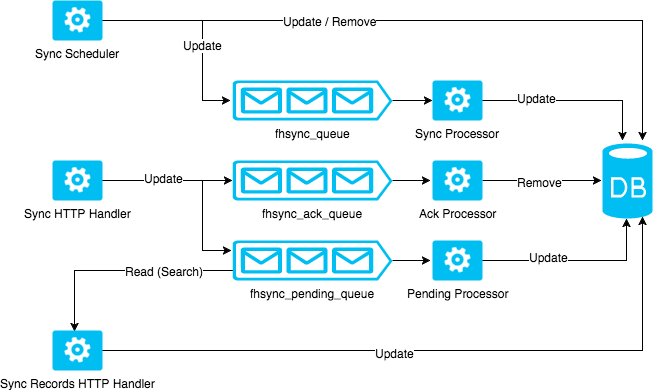
The draw.io diagram figures/sync_architecture.png in sedroche/feedhenry-sdk-docs, before a commit. Source tidied: cells renumbered, new cells last; positions are measured from the earlier drawing's top-left corner, leaving out a move shared by most shapes.
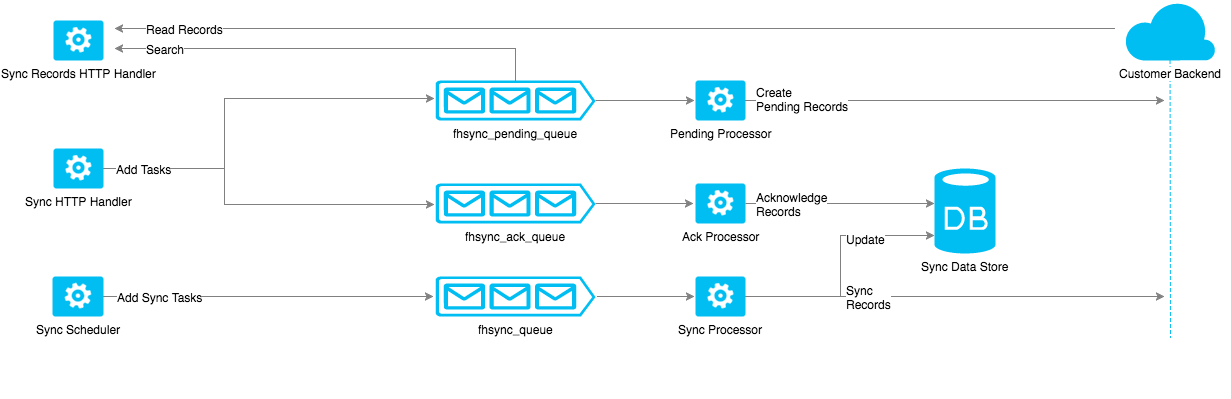
Above is the later version.

Commit message:
FH-3237 Update figure 1 in Sync Server Architecture

Change to the diagram source:
```diff
@@ -2,133 +2,167 @@
   <root>
     <mxCell id="0" style="html=1;" />
     <mxCell id="1" style="html=1;" parent="0" />
-    <mxCell id="2" style="edgeStyle=orthogonalEdgeStyle;rounded=0;html=1;jettySize=auto;entryX=0.48;entryY=1;entryPerimeter=0;strokeColor=#000000;" parent="1" edge="1" source="15" target="19">
-      <mxGeometry relative="1" as="geometry" />
-    </mxCell>
-    <mxCell id="3" value="Update" style="text;html=1;align=center;verticalAlign=middle;labelBackgroundColor=#ffffff;" parent="2" vertex="1">
-      <mxGeometry x="-0.29" y="4" relative="1" as="geometry" />
-    </mxCell>
+    <mxCell id="32" style="edgeStyle=orthogonalEdgeStyle;rounded=0;html=1;jettySize=auto;strokeColor=#808080;" parent="1" edge="1" source="14">
+      <mxGeometry relative="1" as="geometry">
+        <mxPoint x="770" y="413" as="targetPoint" />
+      </mxGeometry>
+    </mxCell>
-    <mxCell id="4" style="edgeStyle=orthogonalEdgeStyle;rounded=0;html=1;jettySize=auto;" parent="1" edge="1" source="5" target="14">
-      <mxGeometry relative="1" as="geometry" />
+    <mxCell id="4" style="edgeStyle=orthogonalEdgeStyle;rounded=0;html=1;jettySize=auto;exitX=1.013;exitY=0.5;exitPerimeter=0;strokeColor=#808080;" parent="1" edge="1" source="5">
+      <mxGeometry relative="1" as="geometry">
+        <mxPoint x="300" y="413" as="targetPoint" />
+        <Array as="points">
+          <mxPoint x="290" y="413" />
+        </Array>
+      </mxGeometry>
     </mxCell>
     <mxCell id="5" value="fhsync_queue" style="verticalLabelPosition=bottom;html=1;verticalAlign=top;strokeColor=none;fillColor=#00BEF2;shape=mxgraph.azure.queue_generic;" parent="1" vertex="1">
-      <mxGeometry x="180" y="80" width="160" height="40" as="geometry" />
+      <mxGeometry x="41" y="393" width="160" height="40" as="geometry" />
     </mxCell>
-    <mxCell id="6" style="edgeStyle=orthogonalEdgeStyle;rounded=0;html=1;entryX=-0.04;entryY=0.5;entryPerimeter=0;jettySize=auto;" parent="1" edge="1" source="7" target="18">
+    <mxCell id="6" style="edgeStyle=orthogonalEdgeStyle;rounded=0;html=1;entryX=-0.04;entryY=0.5;entryPerimeter=0;jettySize=auto;strokeColor=#808080;" parent="1" edge="1" source="7" target="18">
       <mxGeometry relative="1" as="geometry" />
     </mxCell>
     <mxCell id="7" value="fhsync_ack_queue" style="verticalLabelPosition=bottom;html=1;verticalAlign=top;strokeColor=none;fillColor=#00BEF2;shape=mxgraph.azure.queue_generic;" parent="1" vertex="1">
-      <mxGeometry x="180" y="160" width="160" height="40" as="geometry" />
+      <mxGeometry x="41" y="300" width="160" height="40" as="geometry" />
     </mxCell>
-    <mxCell id="8" style="edgeStyle=orthogonalEdgeStyle;rounded=0;html=1;entryX=-0.04;entryY=0.5;entryPerimeter=0;jettySize=auto;" parent="1" edge="1" source="11" target="15">
-      <mxGeometry relative="1" as="geometry" />
-    </mxCell>
-    <mxCell id="9" style="edgeStyle=orthogonalEdgeStyle;rounded=0;html=1;entryX=0.44;entryY=0.025;entryPerimeter=0;jettySize=auto;strokeColor=#000000;" parent="1" edge="1" source="11" target="31">
-      <mxGeometry relative="1" as="geometry">
-        <Array as="points">
-          <mxPoint x="22" y="270" />
-        </Array>
-      </mxGeometry>
-    </mxCell>
-    <mxCell id="10" value="Read (Search)" style="text;html=1;align=center;verticalAlign=middle;labelBackgroundColor=#ffffff;" parent="9" vertex="1">
-      <mxGeometry x="-0.18" y="2" relative="1" as="geometry">
-        <mxPoint x="21" y="-2" as="offset" />
-      </mxGeometry>
-    </mxCell>
+    <mxCell id="33" style="edgeStyle=orthogonalEdgeStyle;rounded=0;html=1;jettySize=auto;strokeColor=#808080;" parent="1" edge="1" source="11">
+      <mxGeometry relative="1" as="geometry">
+        <mxPoint x="300" y="217" as="targetPoint" />
+      </mxGeometry>
+    </mxCell>
+    <mxCell id="34" style="edgeStyle=orthogonalEdgeStyle;rounded=0;html=1;jettySize=auto;strokeColor=#808080;" parent="1" edge="1" source="11">
+      <mxGeometry relative="1" as="geometry">
+        <mxPoint x="-280" y="165" as="targetPoint" />
+        <Array as="points">
+          <mxPoint x="121" y="165" />
+        </Array>
+      </mxGeometry>
+    </mxCell>
+    <mxCell id="35" value="Search" style="text;html=1;align=center;verticalAlign=middle;labelBackgroundColor=#ffffff;" parent="34" vertex="1">
+      <mxGeometry x="-0.16" y="-2" relative="1" as="geometry">
+        <mxPoint x="-202" y="2" as="offset" />
+      </mxGeometry>
+    </mxCell>
     <mxCell id="11" value="fhsync_pending_queue" style="verticalLabelPosition=bottom;html=1;verticalAlign=top;strokeColor=none;fillColor=#00BEF2;shape=mxgraph.azure.queue_generic;" parent="1" vertex="1">
-      <mxGeometry x="180" y="240" width="160" height="40" as="geometry" />
+      <mxGeometry x="41" y="197" width="160" height="40" as="geometry" />
     </mxCell>
-    <mxCell id="12" style="edgeStyle=orthogonalEdgeStyle;rounded=0;html=1;jettySize=auto;" parent="1" edge="1" source="14">
-      <mxGeometry relative="1" as="geometry">
-        <mxPoint x="570" y="140" as="targetPoint" />
-        <Array as="points">
-          <mxPoint x="570" y="100" />
-          <mxPoint x="570" y="140" />
-        </Array>
-      </mxGeometry>
-    </mxCell>
-    <mxCell id="13" value="Update" style="text;html=1;align=center;verticalAlign=middle;labelBackgroundColor=#ffffff;" parent="12" vertex="1">
-      <mxGeometry x="-0.4" y="3" relative="1" as="geometry" />
-    </mxCell>
+    <mxCell id="36" style="edgeStyle=orthogonalEdgeStyle;rounded=0;html=1;entryX=0;entryY=0.788;entryPerimeter=0;jettySize=auto;strokeColor=#808080;" parent="1" edge="1" source="14" target="19">
+      <mxGeometry relative="1" as="geometry" />
+    </mxCell>
+    <mxCell id="37" value="Sync&lt;div&gt;Records&lt;/div&gt;" style="text;html=1;align=left;verticalAlign=middle;labelBackgroundColor=#FFFFFF;" parent="36" vertex="1">
+      <mxGeometry x="-0.32" y="1" relative="1" as="geometry">
+        <mxPoint x="14" y="1" as="offset" />
+      </mxGeometry>
+    </mxCell>
+    <mxCell id="38" value="Update" style="text;html=1;align=left;verticalAlign=middle;labelBackgroundColor=#ffffff;" parent="36" vertex="1">
+      <mxGeometry x="0.38" y="-1" relative="1" as="geometry">
+        <mxPoint x="-13" y="2" as="offset" />
+      </mxGeometry>
+    </mxCell>
     <mxCell id="14" value="Sync Processor" style="verticalLabelPosition=bottom;html=1;verticalAlign=top;strokeColor=none;fillColor=#00BEF2;shape=mxgraph.azure.worker_role;" parent="1" vertex="1">
-      <mxGeometry x="380" y="80" width="50" height="40" as="geometry" />
+      <mxGeometry x="301" y="393" width="50" height="40" as="geometry" />
     </mxCell>
+    <mxCell id="39" style="edgeStyle=orthogonalEdgeStyle;rounded=0;html=1;jettySize=auto;strokeColor=#808080;" parent="1" edge="1" source="15">
+      <mxGeometry relative="1" as="geometry">
+        <mxPoint x="770" y="217" as="targetPoint" />
+        <Array as="points">
+          <mxPoint x="731" y="217" />
+        </Array>
+      </mxGeometry>
+    </mxCell>
+    <mxCell id="40" value="Create&lt;div&gt;Pending Records&lt;/div&gt;" style="text;html=1;align=left;verticalAlign=middle;labelBackgroundColor=#ffffff;" parent="39" vertex="1">
+      <mxGeometry x="-0.54" y="1" relative="1" as="geometry">
+        <mxPoint x="-88" y="-1" as="offset" />
+      </mxGeometry>
+    </mxCell>
     <mxCell id="15" value="Pending Processor" style="verticalLabelPosition=bottom;html=1;verticalAlign=top;strokeColor=none;fillColor=#00BEF2;shape=mxgraph.azure.worker_role;" parent="1" vertex="1">
-      <mxGeometry x="380" y="240" width="50" height="40" as="geometry" />
+      <mxGeometry x="301" y="197" width="50" height="40" as="geometry" />
     </mxCell>
-    <mxCell id="16" style="edgeStyle=orthogonalEdgeStyle;rounded=0;html=1;entryX=-0.02;entryY=0.493;entryPerimeter=0;jettySize=auto;" parent="1" edge="1" source="18" target="19">
+    <mxCell id="16" style="edgeStyle=orthogonalEdgeStyle;rounded=0;html=1;entryX=0;entryY=0.412;entryPerimeter=0;jettySize=auto;strokeColor=#808080;" parent="1" edge="1" source="18" target="19">
       <mxGeometry relative="1" as="geometry" />
     </mxCell>
-    <mxCell id="17" value="Remove" style="text;html=1;align=center;verticalAlign=middle;labelBackgroundColor=#ffffff;" parent="16" vertex="1">
-      <mxGeometry x="-0.03" y="-1" relative="1" as="geometry" />
-    </mxCell>
+    <mxCell id="41" value="Acknowledge&lt;div&gt;Records&lt;/div&gt;" style="text;html=1;align=left;verticalAlign=middle;labelBackgroundColor=#ffffff;" parent="16" vertex="1">
+      <mxGeometry x="0.24" y="1" relative="1" as="geometry">
+        <mxPoint x="-108" y="1" as="offset" />
+      </mxGeometry>
+    </mxCell>
     <mxCell id="18" value="Ack Processor" style="verticalLabelPosition=bottom;html=1;verticalAlign=top;strokeColor=none;fillColor=#00BEF2;shape=mxgraph.azure.worker_role;" parent="1" vertex="1">
-      <mxGeometry x="380" y="160" width="50" height="40" as="geometry" />
+      <mxGeometry x="301" y="300" width="50" height="40" as="geometry" />
     </mxCell>
-    <mxCell id="19" style="verticalLabelPosition=bottom;html=1;verticalAlign=top;strokeColor=none;fillColor=#00BEF2;shape=mxgraph.azure.database;" parent="1" vertex="1">
-      <mxGeometry x="550" y="143" width="50" height="75" as="geometry" />
+    <mxCell id="19" value="Sync Data S&lt;span&gt;tore&lt;/span&gt;" style="verticalLabelPosition=bottom;html=1;verticalAlign=top;strokeColor=none;fillColor=#00BEF2;shape=mxgraph.azure.database;" parent="1" vertex="1">
+      <mxGeometry x="540" y="285" width="61" height="85" as="geometry" />
     </mxCell>
-    <mxCell id="20" style="edgeStyle=orthogonalEdgeStyle;rounded=0;html=1;jettySize=auto;strokeColor=#000000;" parent="1" edge="1" source="24">
-      <mxGeometry relative="1" as="geometry">
-        <mxPoint x="590" y="140" as="targetPoint" />
-        <Array as="points">
-          <mxPoint x="590" y="20" />
-          <mxPoint x="590" y="140" />
-        </Array>
-      </mxGeometry>
-    </mxCell>
-    <mxCell id="21" value="Update / Remove" style="text;html=1;align=center;verticalAlign=middle;labelBackgroundColor=#ffffff;" parent="20" vertex="1">
-      <mxGeometry x="-0.31" relative="1" as="geometry" />
-    </mxCell>
-    <mxCell id="22" style="edgeStyle=orthogonalEdgeStyle;rounded=0;html=1;entryX=-0.012;entryY=0.5;entryPerimeter=0;jettySize=auto;strokeColor=#000000;" parent="1" edge="1" source="24" target="5">
+    <mxCell id="22" style="edgeStyle=orthogonalEdgeStyle;rounded=0;html=1;entryX=-0.012;entryY=0.5;entryPerimeter=0;jettySize=auto;strokeColor=#808080;" parent="1" edge="1" source="24" target="5">
       <mxGeometry relative="1" as="geometry">
         <Array as="points">
-          <mxPoint x="150" y="20" />
-          <mxPoint x="150" y="100" />
+          <mxPoint x="-182" y="413" />
+          <mxPoint x="-182" y="413" />
         </Array>
       </mxGeometry>
     </mxCell>
-    <mxCell id="23" value="Update" style="text;html=1;align=center;verticalAlign=middle;labelBackgroundColor=#ffffff;" parent="22" vertex="1">
+    <mxCell id="23" value="Add Sync Tasks" style="text;html=1;align=left;verticalAlign=middle;labelBackgroundColor=#ffffff;fillColor=#EA6B66;strokeColor=#808080;" parent="22" vertex="1">
       <mxGeometry x="-0.01" y="-1" relative="1" as="geometry">
-        <mxPoint x="1" y="22" as="offset" />
+        <mxPoint x="-152" y="-1" as="offset" />
       </mxGeometry>
     </mxCell>
     <mxCell id="24" value="Sync Scheduler" style="verticalLabelPosition=bottom;html=1;verticalAlign=top;strokeColor=none;fillColor=#00BEF2;shape=mxgraph.azure.worker_role;" parent="1" vertex="1">
-      <mxGeometry width="50" height="40" as="geometry" />
+      <mxGeometry x="-342" y="393" width="51" height="40" as="geometry" />
     </mxCell>
-    <mxCell id="25" style="edgeStyle=orthogonalEdgeStyle;rounded=0;html=1;jettySize=auto;strokeColor=#000000;" parent="1" edge="1" source="28">
+    <mxCell id="25" style="edgeStyle=orthogonalEdgeStyle;rounded=0;html=1;jettySize=auto;orthogonalLoop=1;strokeColor=#808080;" parent="1" edge="1">
       <mxGeometry relative="1" as="geometry">
-        <mxPoint x="179" y="250" as="targetPoint" />
+        <mxPoint x="-280" y="285" as="sourcePoint" />
+        <mxPoint x="40" y="215" as="targetPoint" />
         <Array as="points">
-          <mxPoint x="150" y="180" />
-          <mxPoint x="150" y="250" />
-          <mxPoint x="179" y="250" />
+          <mxPoint x="-170" y="285" />
+          <mxPoint x="-170" y="215" />
+          <mxPoint x="27" y="215" />
         </Array>
       </mxGeometry>
     </mxCell>
-    <mxCell id="26" style="edgeStyle=orthogonalEdgeStyle;rounded=0;html=1;entryX=0;entryY=0.5;entryPerimeter=0;jettySize=auto;strokeColor=#000000;" parent="1" edge="1" source="28" target="7">
-      <mxGeometry relative="1" as="geometry" />
-    </mxCell>
-    <mxCell id="27" value="Update" style="text;html=1;align=center;verticalAlign=middle;labelBackgroundColor=#ffffff;" parent="26" vertex="1">
-      <mxGeometry x="-0.07" y="3" relative="1" as="geometry" />
-    </mxCell>
+    <mxCell id="42" style="edgeStyle=orthogonalEdgeStyle;rounded=0;html=1;jettySize=auto;strokeColor=#808080;" parent="1" edge="1" source="28">
+      <mxGeometry relative="1" as="geometry">
+        <mxPoint x="40" y="321" as="targetPoint" />
+        <Array as="points">
+          <mxPoint x="-170" y="285" />
+          <mxPoint x="-170" y="321" />
+        </Array>
+      </mxGeometry>
+    </mxCell>
+    <mxCell id="43" value="Add Tasks" style="text;html=1;align=left;verticalAlign=middle;labelBackgroundColor=#ffffff;" parent="42" vertex="1">
+      <mxGeometry x="-0.55" y="-2" relative="1" as="geometry">
+        <mxPoint x="-71" y="-2" as="offset" />
+      </mxGeometry>
+    </mxCell>
     <mxCell id="28" value="Sync HTTP Handler" style="verticalLabelPosition=bottom;html=1;verticalAlign=top;strokeColor=none;fillColor=#00BEF2;shape=mxgraph.azure.worker_role;" parent="1" vertex="1">
-      <mxGeometry y="160" width="50" height="40" as="geometry" />
+      <mxGeometry x="-341" y="265" width="50" height="40" as="geometry" />
     </mxCell>
-    <mxCell id="29" style="edgeStyle=orthogonalEdgeStyle;rounded=0;html=1;jettySize=auto;strokeColor=#000000;" parent="1" edge="1" source="31">
-      <mxGeometry relative="1" as="geometry">
-        <mxPoint x="590" y="216" as="targetPoint" />
-        <Array as="points">
-          <mxPoint x="590" y="350" />
-          <mxPoint x="590" y="216" />
-        </Array>
-      </mxGeometry>
-    </mxCell>
-    <mxCell id="30" value="Update" style="text;html=1;align=center;verticalAlign=middle;labelBackgroundColor=#ffffff;" parent="29" vertex="1">
-      <mxGeometry x="-0.13" y="-2" relative="1" as="geometry" />
-    </mxCell>
+    <mxCell id="44" style="edgeStyle=orthogonalEdgeStyle;rounded=0;html=1;jettySize=auto;orthogonalLoop=1;strokeColor=#808080;" parent="1" edge="1">
+      <mxGeometry relative="1" as="geometry">
+        <mxPoint x="720" y="145" as="sourcePoint" />
+        <mxPoint x="-280" y="145" as="targetPoint" />
+        <Array as="points">
+          <mxPoint x="260" y="145" />
+          <mxPoint x="260" y="145" />
+        </Array>
+      </mxGeometry>
+    </mxCell>
+    <mxCell id="45" value="Read Records" style="text;html=1;align=center;verticalAlign=middle;labelBackgroundColor=#ffffff;" parent="44" vertex="1">
+      <mxGeometry x="-0.14" y="2" relative="1" as="geometry">
+        <mxPoint x="-502" y="-2" as="offset" />
+      </mxGeometry>
+    </mxCell>
+    <mxCell id="46" style="edgeStyle=none;rounded=0;html=1;jettySize=auto;strokeColor=#00BEF2;dashed=1;" parent="1" edge="1" source="48">
+      <mxGeometry relative="1" as="geometry">
+        <mxPoint x="776" y="465" as="targetPoint" />
+      </mxGeometry>
+    </mxCell>
     <mxCell id="31" value="Sync Records HTTP Handler" style="verticalLabelPosition=bottom;html=1;verticalAlign=top;strokeColor=none;fillColor=#00BEF2;shape=mxgraph.azure.worker_role;" parent="1" vertex="1">
-      <mxGeometry y="330" width="50" height="40" as="geometry" />
+      <mxGeometry x="-341" y="137" width="50" height="40" as="geometry" />
     </mxCell>
+    <mxCell id="47" style="whiteSpace=wrap;html=1;strokeColor=#FFFFFF;" parent="1" vertex="1">
+      <mxGeometry x="716" y="455" width="120" height="60" as="geometry" />
+    </mxCell>
+    <mxCell id="48" value="&lt;span style=&quot;background-color: rgb(255 , 255 , 255)&quot;&gt;Customer Backend&lt;/span&gt;" style="verticalLabelPosition=bottom;html=1;verticalAlign=top;strokeColor=none;fillColor=#00BEF2;shape=mxgraph.azure.cloud;" parent="1" vertex="1">
+      <mxGeometry x="730" y="117" width="91" height="60" as="geometry" />
+    </mxCell>
   </root>
 </mxGraphModel>
```
